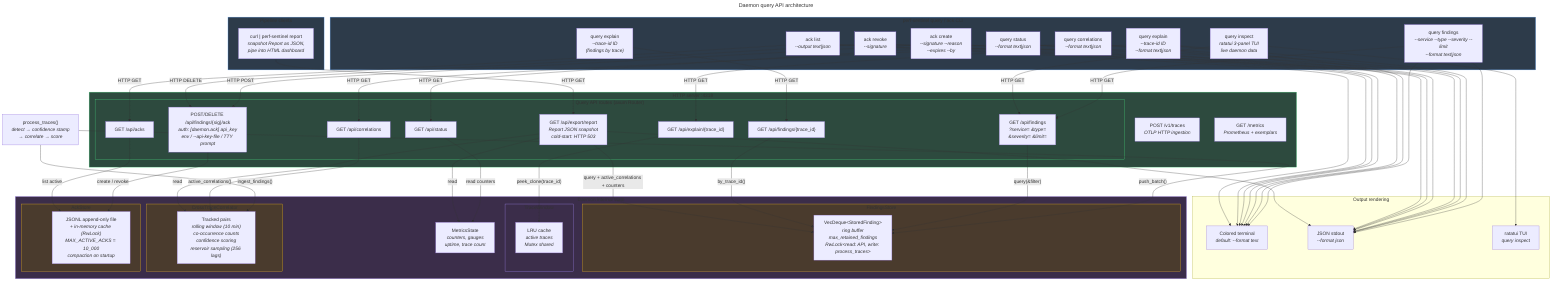
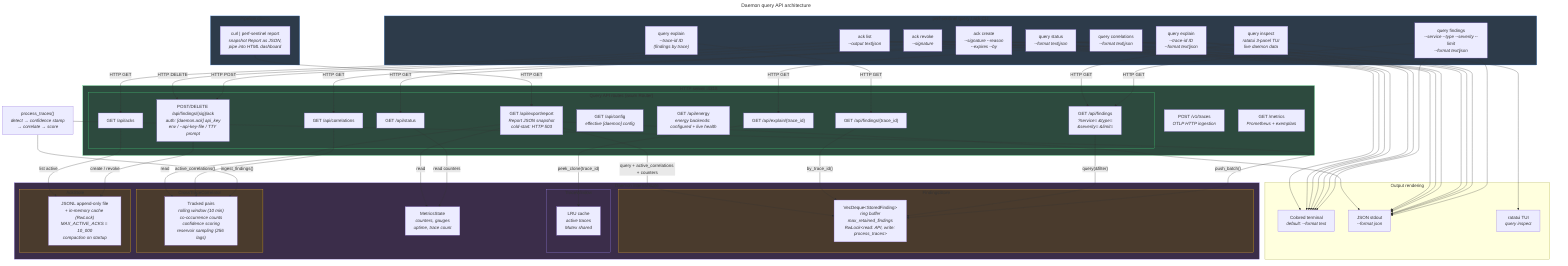
---
title: Daemon query API architecture
---
flowchart TD
    subgraph client["perf-sentinel query / ack CLI"]
        q_findings["query findings<br/><i>--service --type --severity --limit<br/>--format text|json</i>"]
        q_findings_trace["query explain<br/><i>--trace-id ID<br/>(findings by trace)</i>"]
        q_explain["query explain<br/><i>--trace-id ID<br/>--format text|json</i>"]
        q_inspect["query inspect<br/><i>ratatui 3-panel TUI<br/>live daemon data</i>"]
        q_correlations["query correlations<br/><i>--format text|json</i>"]
        q_status["query status<br/><i>--format text|json</i>"]
        a_create["ack create<br/><i>--signature --reason<br/>--expires --by</i>"]
        a_revoke["ack revoke<br/><i>--signature</i>"]
        a_list["ack list<br/><i>--output text|json</i>"]
    end

    subgraph direct_client["Pipeline clients"]
        curl_pipe["curl | perf-sentinel report<br/><i>snapshot Report as JSON,<br/>pipe into HTML dashboard</i>"]
    end

    subgraph output["Output rendering"]
        colored["Colored terminal<br/><i>default: --format text</i>"]
        json_out["JSON stdout<br/><i>--format json</i>"]
        tui_out["ratatui TUI<br/><i>query inspect</i>"]
    end

    subgraph http_server["HTTP server :4318"]
        otlp["POST /v1/traces<br/><i>OTLP HTTP ingestion</i>"]
        metrics["GET /metrics<br/><i>Prometheus + exemplars</i>"]

        subgraph api_routes["Query API routes (axum Router)"]
            ep_findings["GET /api/findings<br/><i>?service= &amp;type=<br/>&amp;severity= &amp;limit=</i>"]
            ep_findings_trace["GET /api/findings/{trace_id}"]
            ep_explain["GET /api/explain/{trace_id}"]
            ep_correlations["GET /api/correlations"]
            ep_status["GET /api/status"]
+             ep_config["GET /api/config<br/><i>effective [daemon] config</i>"]
+             ep_energy["GET /api/energy<br/><i>energy backends: configured + live health</i>"]
            ep_export_report["GET /api/export/report<br/><i>Report JSON snapshot<br/>cold-start: HTTP 503</i>"]
            ep_ack["POST/DELETE /api/findings/{sig}/ack<br/><i>auth: [daemon.ack] api_key<br/>env / --api-key-file / TTY prompt</i>"]
            ep_acks_list["GET /api/acks"]
        end
    end

    subgraph daemon_state["Daemon internal state"]
        subgraph findings_store["FindingsStore"]
            ring["VecDeque&lt;StoredFinding&gt;<br/><i>ring buffer<br/>max_retained_findings<br/>RwLock&lt;read: API, write: process_traces&gt;</i>"]
        end

        subgraph trace_window["TraceWindow"]
            lru["LRU cache<br/><i>active traces<br/>Mutex shared</i>"]
        end

        subgraph correlator["CrossTraceCorrelator"]
            pairs["Tracked pairs<br/><i>rolling window (10 min)<br/>co-occurrence counts<br/>confidence scoring<br/>reservoir sampling (256 lags)</i>"]
        end

        subgraph ack_store["AckStore"]
            ack_jsonl["JSONL append-only file<br/><i>+ in-memory cache (RwLock)<br/>MAX_ACTIVE_ACKS = 10_000<br/>compaction on startup</i>"]
        end

        metrics_state["MetricsState<br/><i>counters, gauges<br/>uptime, trace count</i>"]
    end

    process["process_traces()<br/><i>detect &rarr; confidence stamp<br/>&rarr; correlate &rarr; score</i>"]

    process -- "push_batch()" --> ring
    process -- "ingest_findings()" --> pairs

    q_findings -- "HTTP GET" --> ep_findings
    q_findings_trace -- "HTTP GET" --> ep_findings_trace
    q_explain -- "HTTP GET" --> ep_explain
    q_inspect -- "HTTP GET" --> ep_findings
    q_correlations -- "HTTP GET" --> ep_correlations
    q_status -- "HTTP GET" --> ep_status
    curl_pipe -- "HTTP GET" --> ep_export_report
    a_create -- "HTTP POST" --> ep_ack
    a_revoke -- "HTTP DELETE" --> ep_ack
    a_list -- "HTTP GET" --> ep_acks_list

    q_findings --> colored & json_out
    q_explain --> colored & json_out
    q_inspect --> tui_out
    q_correlations --> colored & json_out
    q_status --> colored & json_out
    a_create --> colored & json_out
    a_revoke --> colored & json_out
    a_list --> colored & json_out
    ep_export_report --> json_out

    ep_findings -- "query(&filter)" --> ring
    ep_findings_trace -- "by_trace_id()" --> ring
    ep_explain -- "peek_clone(trace_id)" --> lru
    ep_correlations -- "active_correlations()" --> pairs
    ep_status -- "read counters" --> metrics_state
    ep_export_report -- "query + active_correlations + counters" --> ring
    ep_export_report -- "read" --> pairs
    ep_export_report -- "read" --> metrics_state
    ep_ack -- "create / revoke" --> ack_jsonl
    ep_acks_list -- "list active" --> ack_jsonl

    style client fill:#2d3b4a,stroke:#60a5fa
    style direct_client fill:#2d3b4a,stroke:#60a5fa
    style http_server fill:#2d4a3e,stroke:#4ade80
    style api_routes fill:#2d4a3e,stroke:#4ade80
    style daemon_state fill:#3b2d4a,stroke:#a78bfa
    style findings_store fill:#4a3b2d,stroke:#fbbf24
    style trace_window fill:#3b2d4a,stroke:#a78bfa
    style correlator fill:#4a3b2d,stroke:#fbbf24
    style ack_store fill:#4a3b2d,stroke:#fbbf24
